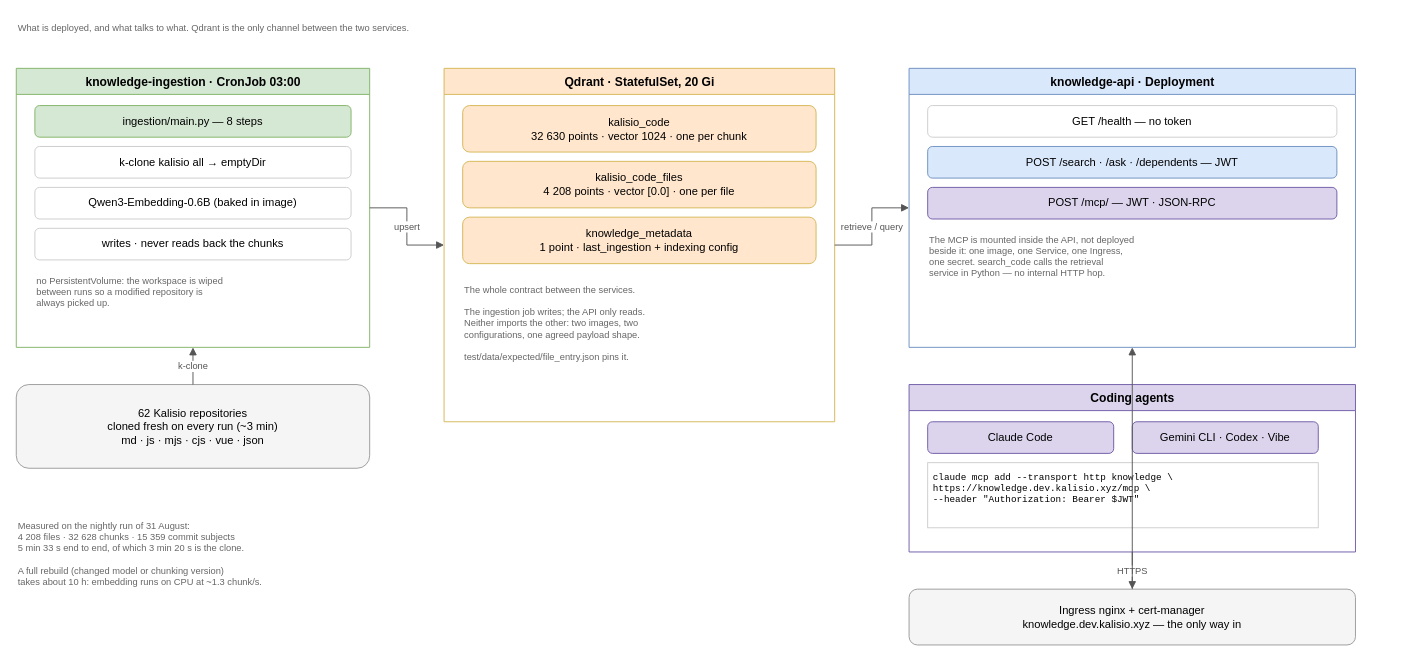
Before: page "built · overview" (9 of 14) of docs/public/architecture.drawio in kalisio/knowledge, a draw.io diagram. Source tidied: cells renumbered, new cells numbered last; positions are measured from the earlier drawing's top-left corner, leaving out a move shared by most shapes. Both pictures are drawn from the tidied source at 93%, with x=0, y=0 at pixel (16, 16).
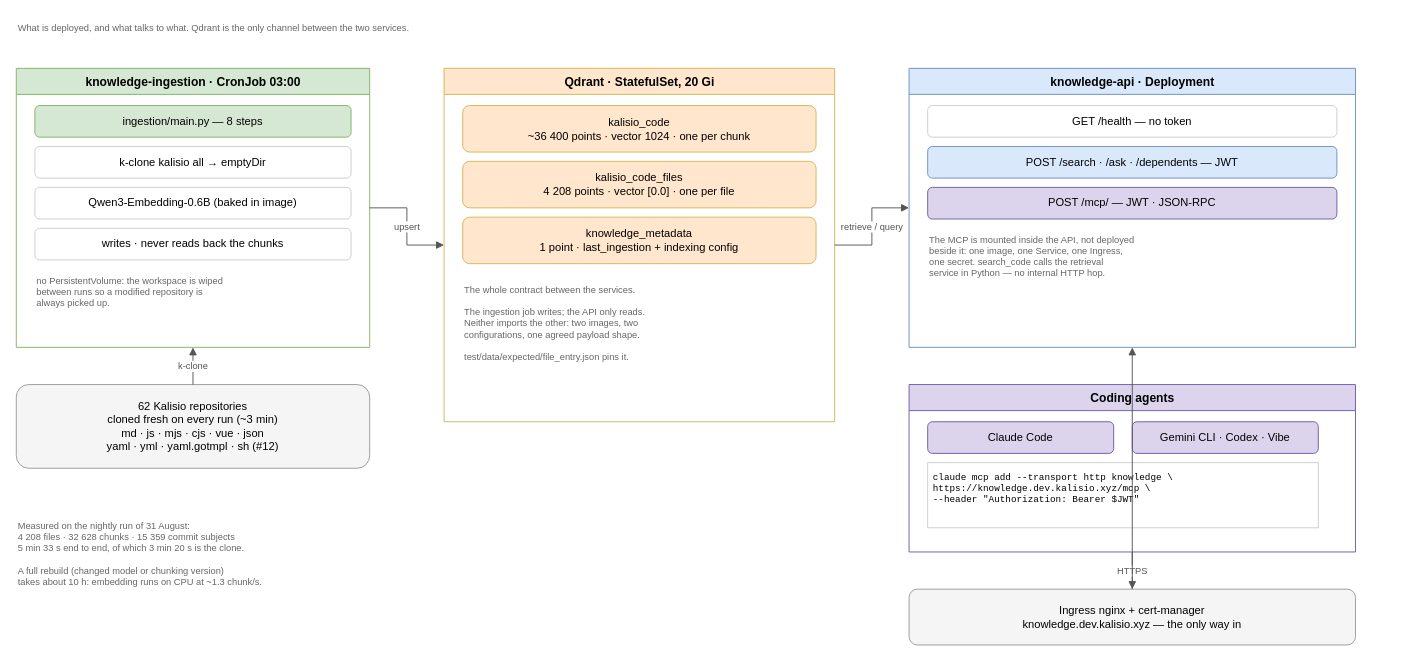
The same page after the edit.

The change refers to these unchanged cells:
```xml
<mxCell id="9" value="Qdrant  ·  StatefulSet, 20 Gi" style="swimlane;startSize=28;fontStyle=1;fontSize=13;html=1;fillColor=#ffe6cc;strokeColor=#d6b656;" parent="1" vertex="1">
  <mxGeometry x="460" y="56" width="420" height="380" as="geometry" />
</mxCell>
```

Diff of the diagram source:
```diff
@@
-    <mxCell id="10" value="kalisio_code&lt;br&gt;32 630 points · vector 1024 · one per chunk" style="rounded=1;whiteSpace=wrap;html=1;fillColor=#ffe6cc;strokeColor=#d6b656;" parent="9" vertex="1">
+    <mxCell id="10" value="kalisio_code&lt;br&gt;~36 400 points · vector 1024 · one per chunk" style="rounded=1;whiteSpace=wrap;html=1;fillColor=#ffe6cc;strokeColor=#d6b656;" parent="9" vertex="1">
       <mxGeometry x="20" y="40" width="380" height="50" as="geometry" />
     </mxCell>
@@
-    <mxCell id="24" value="62 Kalisio repositories&lt;br&gt;cloned fresh on every run (~3 min)&lt;br&gt;md · js · mjs · cjs · vue · json" style="rounded=1;whiteSpace=wrap;html=1;fillColor=#f5f5f5;strokeColor=#999999;" parent="1" vertex="1">
+    <mxCell id="24" value="62 Kalisio repositories&lt;br&gt;cloned fresh on every run (~3 min)&lt;br&gt;md · js · mjs · cjs · vue · json&lt;br&gt;yaml · yml · yaml.gotmpl · sh  (#12)" style="rounded=1;whiteSpace=wrap;html=1;fillColor=#f5f5f5;strokeColor=#999999;" parent="1" vertex="1">
       <mxGeometry y="396" width="380" height="90" as="geometry" />
     </mxCell>
```
